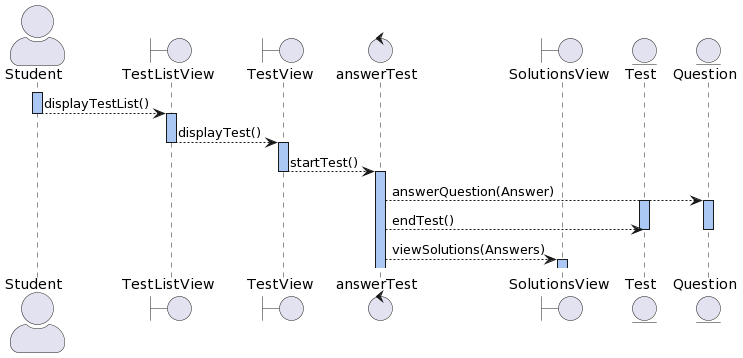
The PlantUML diagram docs/logicalView/designView/classDesing/sequenceDiagram.png in MiguelCiav/Uhuru, before a commit.
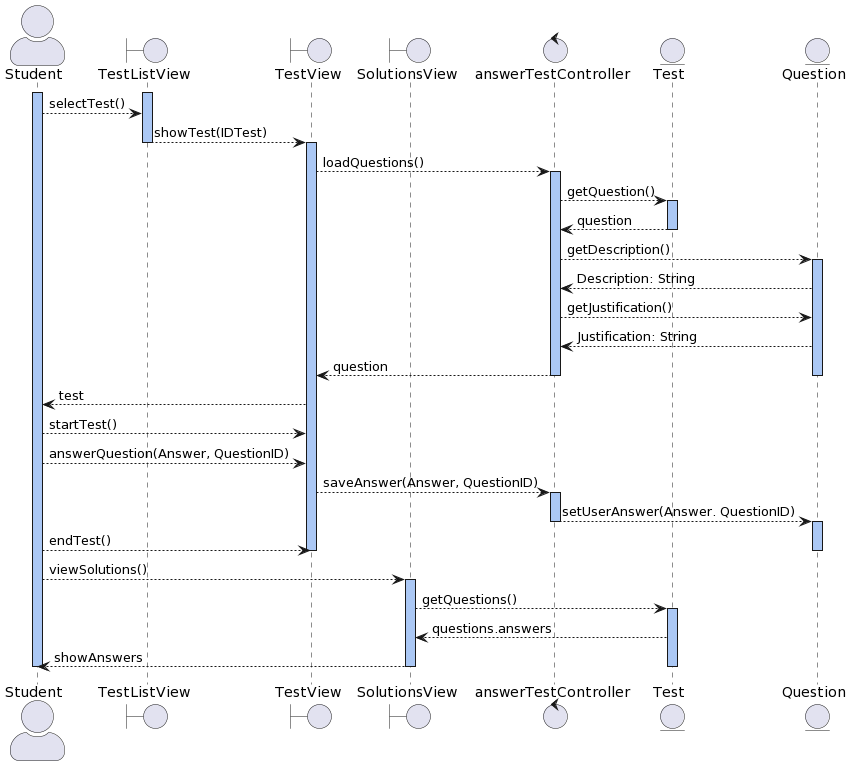
Above is the later version.

What changed in the source:
```diff
@@ -4,32 +4,61 @@
 actor Student
 boundary TestListView
 boundary TestView
-control answerTest
 boundary SolutionsView
+control answerTestController
 entity Test
 entity Question
 
 activate Student #abc8f5
-Student --> TestListView: displayTestList()
-deactivate Student
 
 activate TestListView #abc8f5
-TestListView --> TestView: displayTest()
+Student --> TestListView: selectTest()
+
+TestListView --> TestView: showTest(IDTest)
 deactivate TestListView
 
 activate TestView #abc8f5
-TestView --> answerTest: startTest()
-deactivate TestView
+TestView --> answerTestController: loadQuestions()
+activate answerTestController #abc8f5
 
-activate answerTest #abc8f5
-answerTest --> Question: answerQuestion(Answer)
+answerTestController --> Test: getQuestion()
+activate Test #abc8f5
+Test --> answerTestController: question
+deactivate Test
+
+answerTestController --> Question: getDescription()
+activate Question #abc8f5
+Question --> answerTestController: Description: String
+answerTestController --> Question: getJustification()
+Question --> answerTestController: Justification: String
+answerTestController --> TestView: question
+deactivate Question
+
+deactivate answerTestController
+
+
+TestView --> Student: test
+Student --> TestView: startTest()
+
+Student --> TestView: answerQuestion(Answer, QuestionID)
+TestView --> answerTestController: saveAnswer(Answer, QuestionID)
+activate answerTestController #abc8f5
+answerTestController --> Question :setUserAnswer(Answer. QuestionID)
+deactivate answerTestController
 activate Question #abc8f5
 
-activate Test #abc8f5
-answerTest --> Test: endTest()
+Student --> TestView: endTest()
+deactivate TestView
 deactivate Question
 
+
+Student --> SolutionsView: viewSolutions()
+activate SolutionsView #abc8f5
+SolutionsView --> Test :getQuestions()
+activate Test #abc8f5
+Test --> SolutionsView :questions.answers
+SolutionsView --> Student: showAnswers
 deactivate Test
-answerTest --> SolutionsView: viewSolutions(Answers)
-activate SolutionsView #abc8f5
+deactivate Student
+deactivate SolutionsView
 @enduml
```
